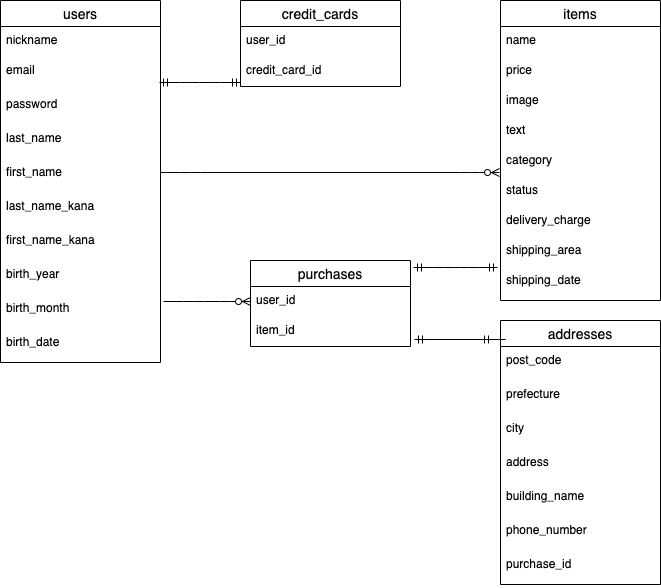
This is table.drawio.png from takuya-tsunematsu/furima-33795, a draw.io export, as it was before one commit. Source tidied: cells renumbered, new cells last; positions are measured from the earlier drawing's top-left corner, leaving out a move shared by most shapes.
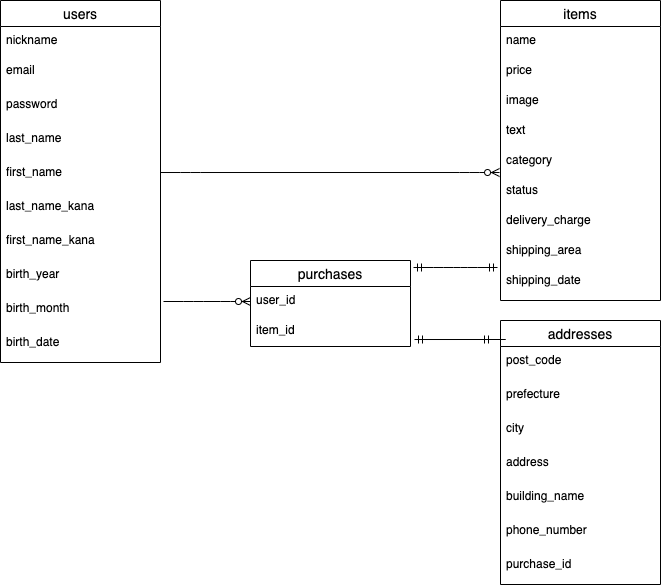
The same diagram one commit later.

Commit message:
【修正】ER図の作成

What changed in the source:
```diff
@@ -89,21 +89,6 @@
     <mxCell id="30" value="purchase_id" style="text;strokeColor=none;fillColor=none;spacingLeft=4;spacingRight=4;overflow=hidden;fontSize=12;" parent="23" vertex="1">
       <mxGeometry y="230" width="160" height="34" as="geometry" />
     </mxCell>
-    <mxCell id="31" value="credit_cards" style="swimlane;fontStyle=0;horizontal=1;startSize=26;align=center;fontSize=14;" parent="1" vertex="1">
-      <mxGeometry x="240" width="160" height="86" as="geometry" />
-    </mxCell>
-    <mxCell id="32" value="user_id" style="text;strokeColor=none;fillColor=none;spacingLeft=4;spacingRight=4;overflow=hidden;fontSize=12;" parent="31" vertex="1">
-      <mxGeometry y="26" width="160" height="30" as="geometry" />
-    </mxCell>
-    <mxCell id="33" value="credit_card_id" style="text;strokeColor=none;fillColor=none;spacingLeft=4;spacingRight=4;overflow=hidden;fontSize=12;" parent="31" vertex="1">
-      <mxGeometry y="56" width="160" height="30" as="geometry" />
-    </mxCell>
-    <mxCell id="34" style="edgeStyle=entityRelationEdgeStyle;fontSize=12;html=1;endArrow=ERmandOne;startArrow=ERmandOne;" parent="1" edge="1">
-      <mxGeometry relative="1" as="geometry">
-        <mxPoint x="159" y="82" as="sourcePoint" />
-        <mxPoint x="240" y="82" as="targetPoint" />
-      </mxGeometry>
-    </mxCell>
     <mxCell id="35" style="edgeStyle=entityRelationEdgeStyle;fontSize=12;html=1;endArrow=ERzeroToMany;endFill=1;entryX=0;entryY=0.5;entryDx=0;entryDy=0;" parent="1" edge="1" target="37">
       <mxGeometry relative="1" as="geometry">
         <mxPoint x="163" y="301" as="sourcePoint" />
```
